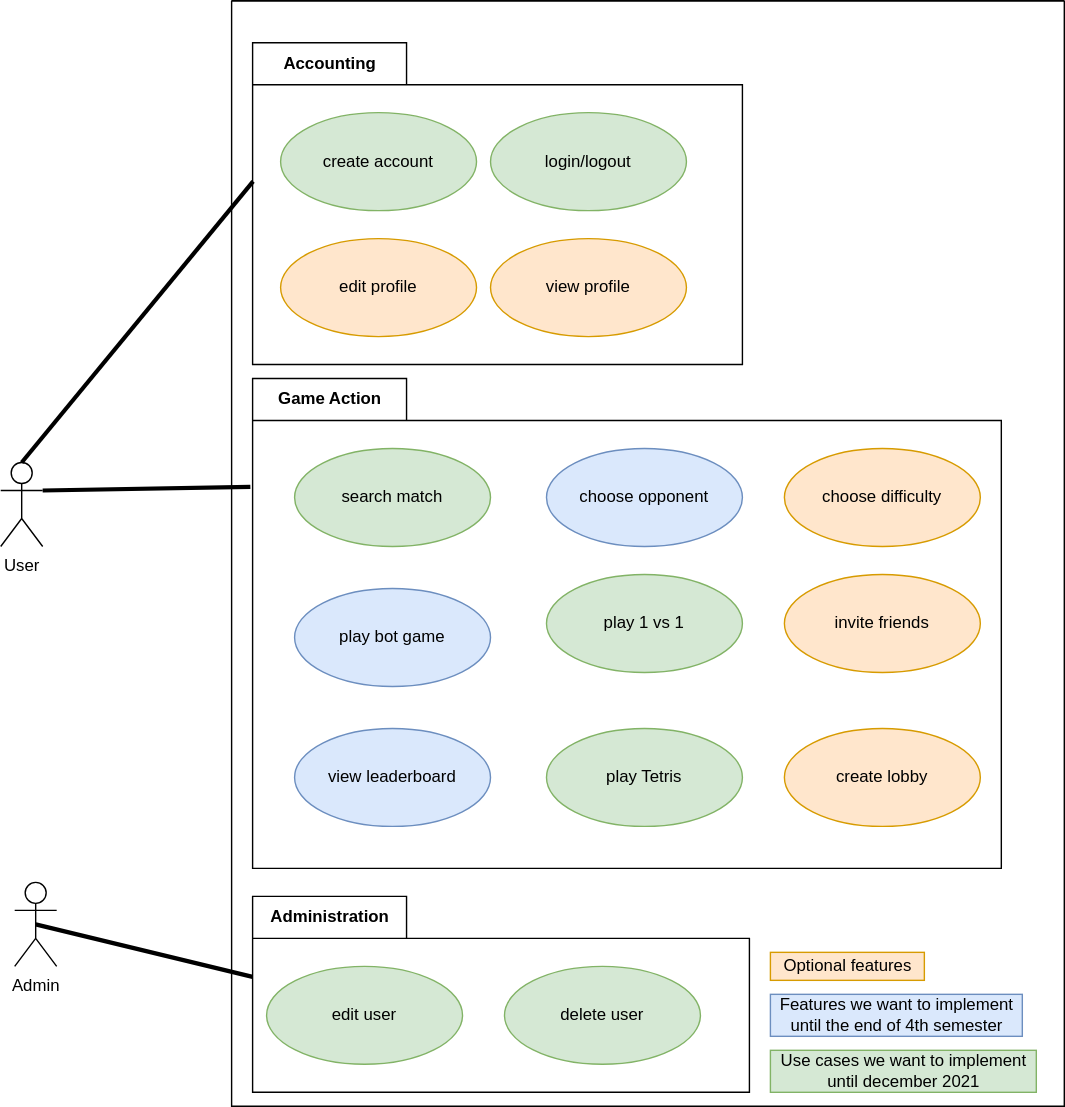
13TRIS/13TRIS keeps this draw.io diagram as docs/diagrams/UML-use-case-diagram.drawio.svg. Above is the earlier version. Source tidied: cells renumbered, new cells last; positions are measured from the earlier drawing's top-left corner, leaving out a move shared by most shapes.
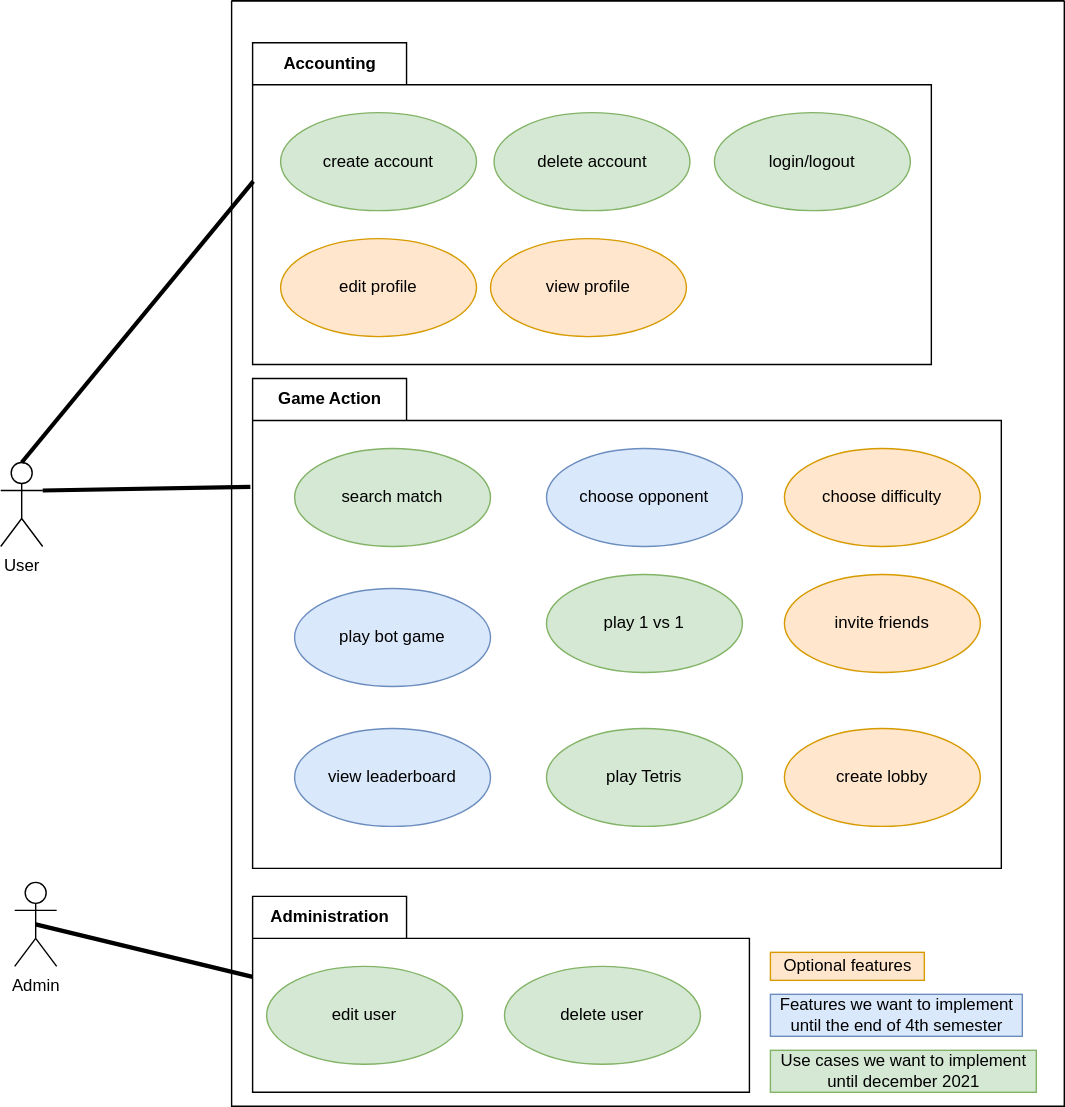
Above is the later version.

Commit message:
docs: added use case "delete account" to the "Accounting" subsystem

Diff of the diagram source:
```diff
@@ -15,14 +15,11 @@
       <mxGeometry x="180" y="50" width="140" height="70" as="geometry" />
     </mxCell>
     <mxCell id="6" value="Accounting" style="shape=folder;fontStyle=1;tabWidth=110;tabHeight=30;tabPosition=left;html=1;boundedLbl=1;labelInHeader=1;" parent="2" vertex="1">
-      <mxGeometry x="15" y="30" width="350" height="230" as="geometry" />
+      <mxGeometry x="15" y="30" width="485" height="230" as="geometry" />
     </mxCell>
     <mxCell id="7" value="create account" style="ellipse;whiteSpace=wrap;html=1;fillColor=#d5e8d4;strokeColor=#82b366;" parent="6" vertex="1">
       <mxGeometry x="20" y="50" width="140" height="70" as="geometry" />
     </mxCell>
-    <mxCell id="8" value="login/logout" style="ellipse;whiteSpace=wrap;html=1;fillColor=#d5e8d4;strokeColor=#82b366;" parent="6" vertex="1">
-      <mxGeometry x="170" y="50" width="140" height="70" as="geometry" />
-    </mxCell>
     <mxCell id="9" value="edit profile" style="ellipse;whiteSpace=wrap;html=1;fillColor=#ffe6cc;strokeColor=#d79b00;" parent="6" vertex="1">
       <mxGeometry x="20" y="140" width="140" height="70" as="geometry" />
     </mxCell>
@@ -68,6 +65,12 @@
     <mxCell id="23" value="create lobby" style="ellipse;whiteSpace=wrap;html=1;fillColor=#ffe6cc;strokeColor=#d79b00;" parent="2" vertex="1">
       <mxGeometry x="395" y="520" width="140" height="70" as="geometry" />
     </mxCell>
+    <mxCell id="8" value="login/logout" style="ellipse;whiteSpace=wrap;html=1;fillColor=#d5e8d4;strokeColor=#82b366;" parent="2" vertex="1">
+      <mxGeometry x="345" y="80" width="140" height="70" as="geometry" />
+    </mxCell>
+    <mxCell id="29" value="delete account" style="ellipse;whiteSpace=wrap;html=1;fillColor=#d5e8d4;strokeColor=#82b366;" parent="2" vertex="1">
+      <mxGeometry x="187.5" y="80" width="140" height="70" as="geometry" />
+    </mxCell>
     <mxCell id="24" value="User" style="shape=umlActor;verticalLabelPosition=bottom;verticalAlign=top;html=1;outlineConnect=0;" parent="1" vertex="1">
       <mxGeometry y="330" width="30" height="60" as="geometry" />
     </mxCell>
```
